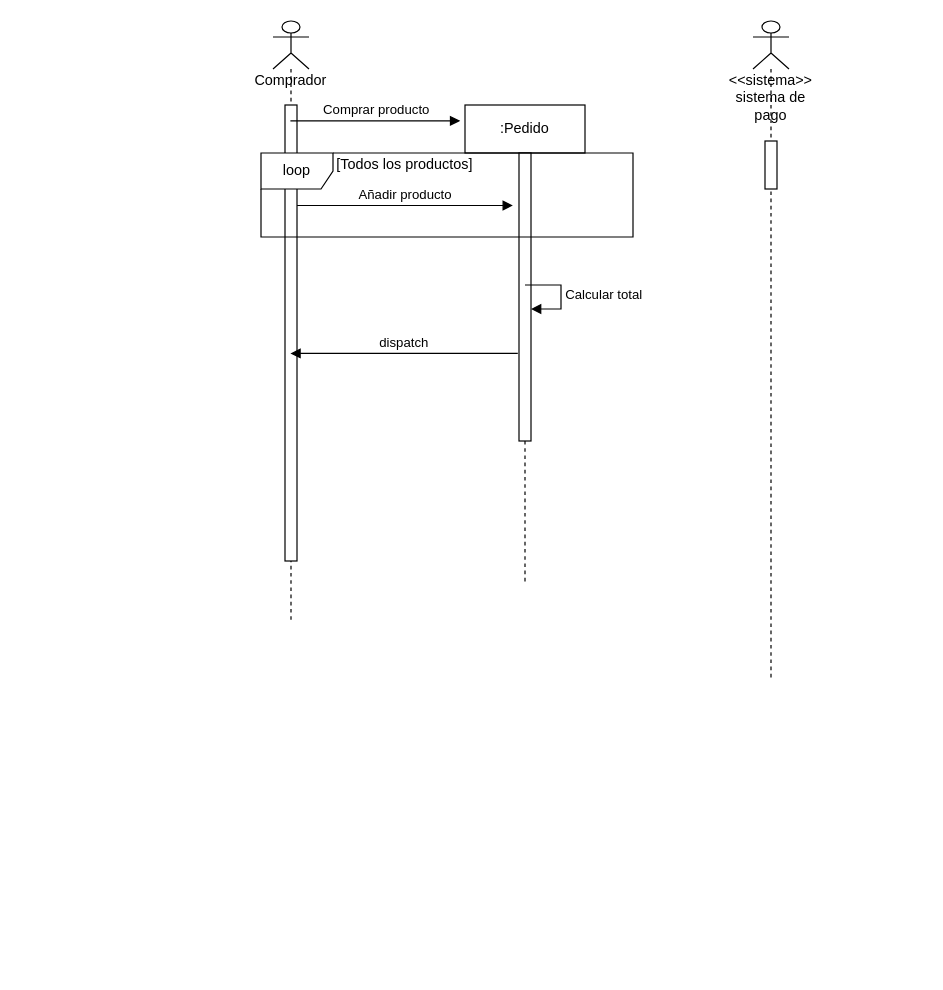
Before: lab5_2.drawio in AyobAsroutVargas/lab1, a draw.io diagram. Source tidied: cells renumbered, new cells numbered last; positions are measured from the earlier drawing's top-left corner, leaving out a move shared by most shapes. Both pictures are drawn from the tidied source at 120%, with x=0, y=0 at pixel (260, 20).
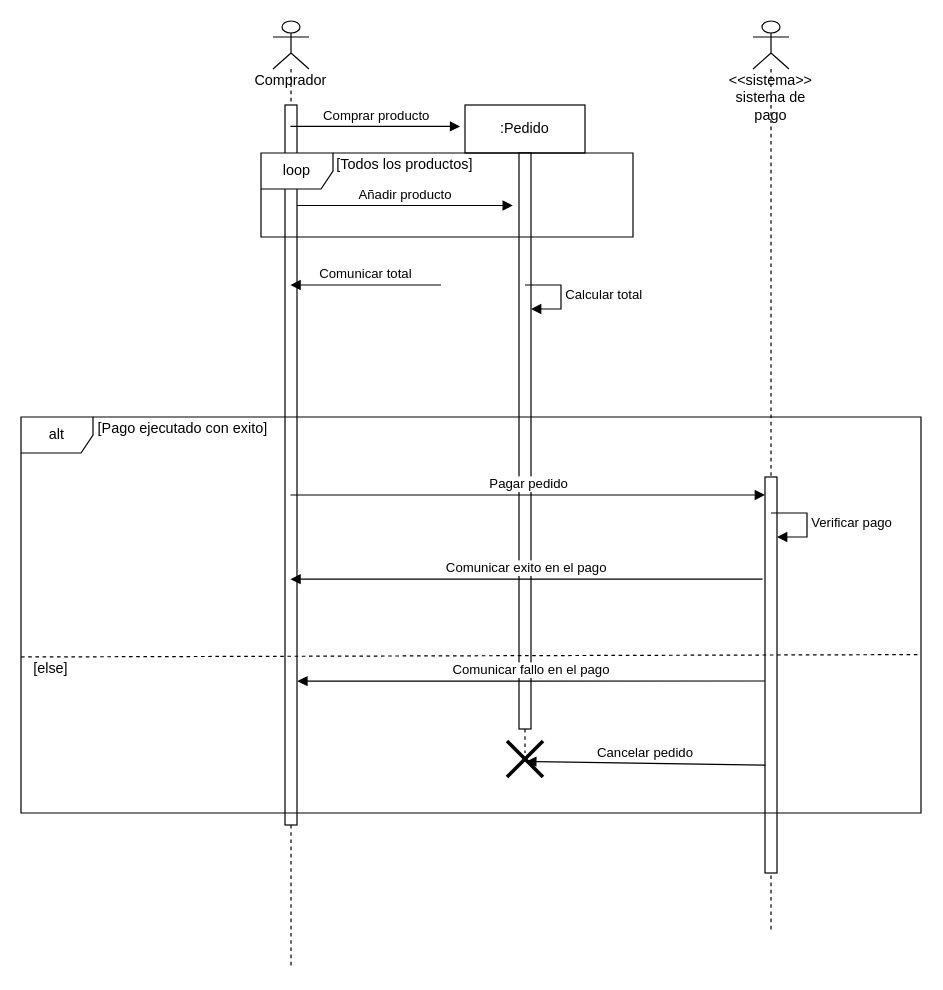
The same diagram, later.

Diff of the diagram source:
```diff
@@
     <mxCell id="2" value="Comprador" style="shape=umlLifeline;participant=umlActor;perimeter=lifelinePerimeter;whiteSpace=wrap;html=1;verticalAlign=top;spacingTop=36;outlineConnect=0;" parent="1" vertex="1">
-      <mxGeometry x="10" width="30" height="500" as="geometry" />
+      <mxGeometry x="10" width="30" height="790" as="geometry" />
     </mxCell>
     <mxCell id="3" style="html=1;perimeter=orthogonalPerimeter;" parent="2" vertex="1">
-      <mxGeometry x="10" y="70" width="10" height="380" as="geometry" />
+      <mxGeometry x="10" y="70" width="10" height="600" as="geometry" />
     </mxCell>
     <mxCell id="4" value="&amp;lt;&amp;lt;sistema&amp;gt;&amp;gt;&lt;br&gt;sistema de pago" style="shape=umlLifeline;participant=umlActor;perimeter=lifelinePerimeter;whiteSpace=wrap;html=1;verticalAlign=top;spacingTop=36;" parent="1" vertex="1">
-      <mxGeometry x="410" width="30" height="550" as="geometry" />
+      <mxGeometry x="410" width="30" height="760" as="geometry" />
     </mxCell>
     <mxCell id="5" style="html=1;points=[];perimeter=orthogonalPerimeter;" parent="4" vertex="1">
-      <mxGeometry x="10" y="100" width="10" height="40" as="geometry" />
+      <mxGeometry x="10" y="380" width="10" height="330" as="geometry" />
     </mxCell>
+    <mxCell id="14" value="Verificar pago" style="edgeStyle=orthogonalEdgeStyle;html=1;align=left;spacingLeft=2;endArrow=block;rounded=0;entryX=1;entryY=0;" parent="4" edge="1">
+      <mxGeometry relative="1" as="geometry">
+        <mxPoint x="15" y="410" as="sourcePoint" />
+        <mxPoint x="20" y="430" as="targetPoint" />
+        <Array as="points">
+          <mxPoint x="45" y="410" />
+        </Array>
+      </mxGeometry>
+    </mxCell>
@@
     <mxCell id="7" value=":Pedido" style="shape=umlLifeline;perimeter=lifelinePerimeter;whiteSpace=wrap;html=1;outlineConnect=0;" parent="1" vertex="1">
-      <mxGeometry x="170" y="70" width="100" height="400" as="geometry" />
+      <mxGeometry x="170" y="70" width="100" height="540" as="geometry" />
     </mxCell>
     <mxCell id="8" style="html=1;points=[];perimeter=orthogonalPerimeter;" parent="7" vertex="1">
-      <mxGeometry x="45" y="40" width="10" height="240" as="geometry" />
+      <mxGeometry x="45" y="40" width="10" height="480" as="geometry" />
     </mxCell>
@@
-    <mxCell id="13" value="dispatch" style="html=1;verticalAlign=bottom;endArrow=block;exitX=-0.1;exitY=0.696;exitDx=0;exitDy=0;exitPerimeter=0;" parent="1" edge="1" source="8" target="2">
-      <mxGeometry relative="1" as="geometry" />
+    <mxCell id="13" value="Comunicar total" style="html=1;verticalAlign=bottom;endArrow=block;" parent="1" edge="1" target="2">
+      <mxGeometry relative="1" as="geometry">
+        <mxPoint x="150" y="220" as="sourcePoint" />
+      </mxGeometry>
     </mxCell>
+    <mxCell id="15" value="Pagar pedido" style="html=1;verticalAlign=bottom;endArrow=block;" parent="1" edge="1" source="2" target="5">
+      <mxGeometry relative="1" as="geometry" />
+    </mxCell>
+    <mxCell id="16" value="Comunicar exito en el pago" style="html=1;verticalAlign=bottom;endArrow=block;exitX=-0.2;exitY=0.258;exitDx=0;exitDy=0;exitPerimeter=0;" parent="1" edge="1" source="5" target="2">
+      <mxGeometry relative="1" as="geometry" />
+    </mxCell>
+    <mxCell id="17" value="alt" style="shape=umlFrame;whiteSpace=wrap;html=1;" parent="1" vertex="1">
+      <mxGeometry x="-200" y="330" width="750" height="330" as="geometry" />
+    </mxCell>
+    <mxCell id="18" value="[Pago ejecutado con exito]" style="text;html=1;strokeColor=none;fillColor=none;align=center;verticalAlign=middle;whiteSpace=wrap;rounded=0;" parent="1" vertex="1">
+      <mxGeometry x="-140" y="330" width="150" height="20" as="geometry" />
+    </mxCell>
+    <mxCell id="19" style="endArrow=none;dashed=1;html=1;exitX=0;exitY=0.606;exitDx=0;exitDy=0;exitPerimeter=0;entryX=1;entryY=0.6;entryDx=0;entryDy=0;entryPerimeter=0;" parent="1" edge="1" source="17" target="17">
+      <mxGeometry relative="1" as="geometry" />
+    </mxCell>
+    <mxCell id="20" value="[else]" style="text;html=1;strokeColor=none;fillColor=none;align=center;verticalAlign=middle;whiteSpace=wrap;rounded=0;" parent="1" vertex="1">
+      <mxGeometry x="-200" y="530" width="50" height="20" as="geometry" />
+    </mxCell>
+    <mxCell id="21" value="Comunicar fallo en el pago" style="html=1;verticalAlign=bottom;endArrow=block;entryX=0.307;entryY=0.667;entryDx=0;entryDy=0;entryPerimeter=0;" parent="1" edge="1" target="17">
+      <mxGeometry relative="1" as="geometry">
+        <mxPoint x="420" y="550" as="sourcePoint" />
+      </mxGeometry>
+    </mxCell>
+    <mxCell id="22" style="shape=umlDestroy;whiteSpace=wrap;html=1;strokeWidth=3;" parent="1" vertex="1">
+      <mxGeometry x="205" y="600" width="30" height="30" as="geometry" />
+    </mxCell>
+    <mxCell id="23" value="Cancelar pedido" style="html=1;verticalAlign=bottom;endArrow=block;exitX=0.827;exitY=0.879;exitDx=0;exitDy=0;exitPerimeter=0;entryX=0.533;entryY=0.567;entryDx=0;entryDy=0;entryPerimeter=0;" parent="1" edge="1" source="17" target="22">
+      <mxGeometry relative="1" as="geometry" />
+    </mxCell>
```
